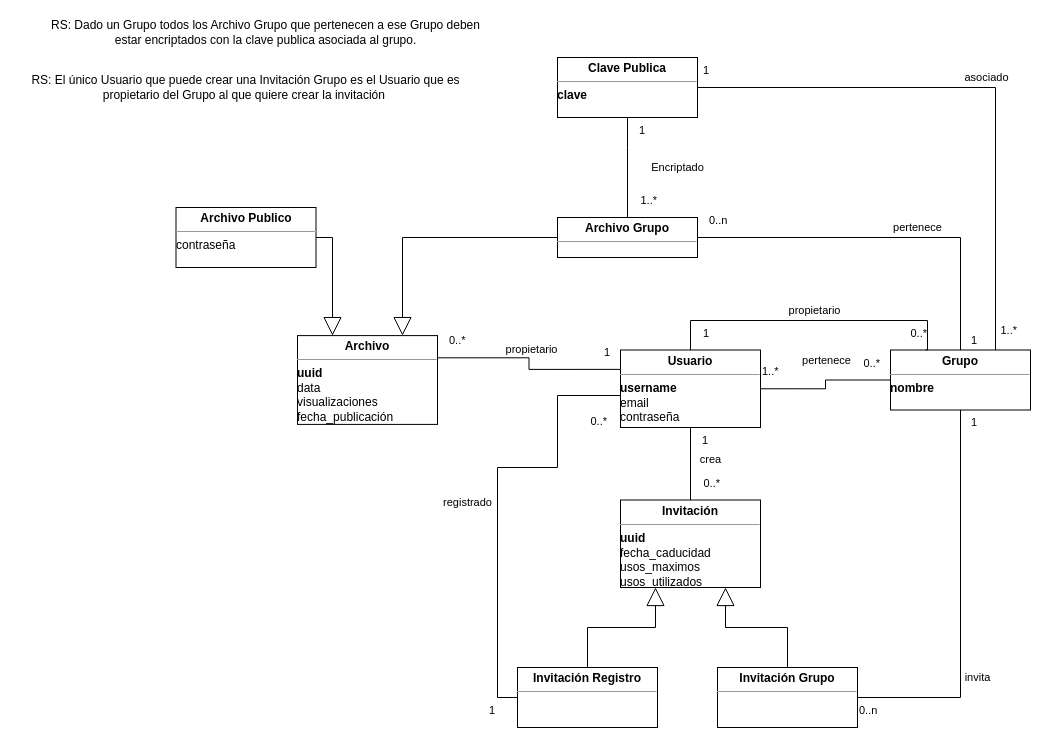
Above: Untitled Diagram.drawio in alfman99/SharePriv (draw.io), before the change. Source tidied: cells renumbered, new cells numbered last; positions are measured from the earlier drawing's top-left corner, leaving out a move shared by most shapes. Both pictures are drawn from the tidied source at 100%, with x=0, y=0 at pixel (17, 17).
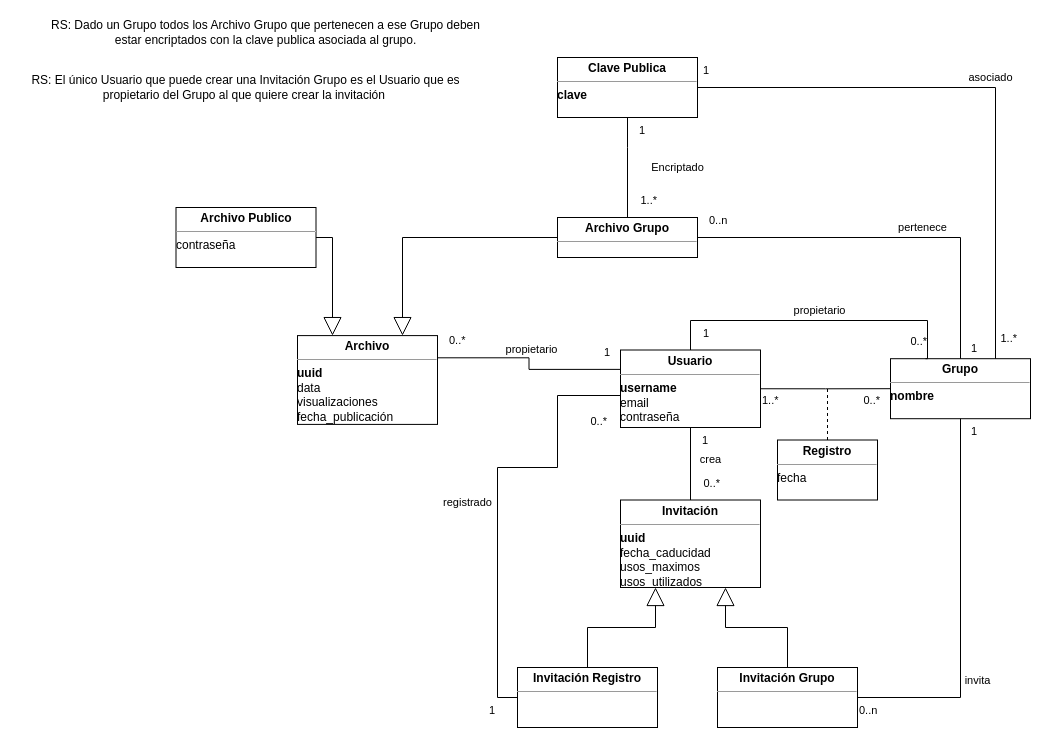
The same page after the edit.

The change refers to these unchanged cells:
```xml
<mxCell id="7" value="&lt;p style=&quot;margin: 0px ; margin-top: 4px ; text-align: center&quot;&gt;&lt;b&gt;Usuario&lt;/b&gt;&lt;/p&gt;&lt;hr size=&quot;1&quot;&gt;&lt;div style=&quot;height: 2px&quot;&gt;&lt;b&gt;username&lt;br&gt;&lt;/b&gt;email&lt;br&gt;contraseña&lt;br&gt;&lt;/div&gt;" style="verticalAlign=top;align=left;overflow=fill;fontSize=12;fontFamily=Helvetica;html=1;" parent="1" vertex="1">
  <mxGeometry x="603" y="332.5" width="140" height="77.5" as="geometry" />
</mxCell>
```

The edit, as a diff of the source:
```diff
@@
     <mxCell id="15" value="&lt;p style=&quot;margin: 0px ; margin-top: 4px ; text-align: center&quot;&gt;&lt;b&gt;Grupo&lt;/b&gt;&lt;/p&gt;&lt;hr size=&quot;1&quot;&gt;&lt;div style=&quot;height: 2px&quot;&gt;&lt;b&gt;nombre&lt;/b&gt;&lt;br&gt;&lt;br&gt;&lt;/div&gt;&lt;div style=&quot;height: 2px&quot;&gt;&lt;b&gt;&lt;br&gt;&lt;/b&gt;&lt;/div&gt;" style="verticalAlign=top;align=left;overflow=fill;fontSize=12;fontFamily=Helvetica;html=1;" parent="1" vertex="1">
-      <mxGeometry x="873" y="332.5" width="140" height="60" as="geometry" />
+      <mxGeometry x="873" y="341.2" width="140" height="60" as="geometry" />
     </mxCell>
-    <mxCell id="16" value="pertenece" style="endArrow=none;html=1;endSize=12;startArrow=none;startSize=14;startFill=0;edgeStyle=orthogonalEdgeStyle;rounded=0;exitX=1;exitY=0.5;exitDx=0;exitDy=0;entryX=0;entryY=0.5;entryDx=0;entryDy=0;endFill=0;" parent="1" edge="1" source="7" target="15">
+    <mxCell id="16" style="endArrow=none;html=1;endSize=12;startArrow=none;startSize=14;startFill=0;edgeStyle=orthogonalEdgeStyle;rounded=0;endFill=0;exitX=1;exitY=0.5;exitDx=0;exitDy=0;entryX=0;entryY=0.5;entryDx=0;entryDy=0;" parent="1" edge="1" source="7" target="15">
       <mxGeometry x="0.08" y="20" relative="1" as="geometry" />
     </mxCell>
     <mxCell id="17" value="1..*" style="edgeLabel;html=1;align=left;verticalAlign=top;" parent="16" vertex="1">
       <mxGeometry x="-1" relative="1" as="geometry">
-        <mxPoint y="-30" as="offset" />
+        <mxPoint y="-1" as="offset" />
       </mxGeometry>
     </mxCell>
     <mxCell id="18" value="0..*" style="edgeLabel;html=1;align=right;verticalAlign=top;" parent="16" vertex="1">
       <mxGeometry x="1" relative="1" as="geometry">
-        <mxPoint x="-10" y="-30" as="offset" />
+        <mxPoint x="-10" y="-1" as="offset" />
       </mxGeometry>
     </mxCell>
     <mxCell id="19" value="propietario" style="endArrow=none;html=1;endSize=12;startArrow=none;startSize=14;startFill=0;edgeStyle=orthogonalEdgeStyle;rounded=0;exitX=0.5;exitY=0;exitDx=0;exitDy=0;endFill=0;entryX=0.25;entryY=0;entryDx=0;entryDy=0;" parent="1" edge="1" source="7" target="15">
       <mxGeometry x="0.03" y="10" relative="1" as="geometry">
         <Array as="points">
           <mxPoint x="673" y="303" />
           <mxPoint x="910" y="303" />
-          <mxPoint x="910" y="333" />
+          <mxPoint x="910" y="341" />
         </Array>
       </mxGeometry>
     </mxCell>
@@
+    <mxCell id="44" value="&lt;p style=&quot;margin: 0px ; margin-top: 4px ; text-align: center&quot;&gt;&lt;b&gt;Registro&lt;/b&gt;&lt;/p&gt;&lt;hr size=&quot;1&quot;&gt;&lt;div style=&quot;height: 2px&quot;&gt;fecha&lt;br&gt;&lt;br&gt;&lt;/div&gt;&lt;div style=&quot;height: 2px&quot;&gt;&lt;b&gt;&lt;br&gt;&lt;/b&gt;&lt;/div&gt;" style="verticalAlign=top;align=left;overflow=fill;fontSize=12;fontFamily=Helvetica;html=1;" parent="1" vertex="1">
+      <mxGeometry x="760" y="422.5" width="100" height="60" as="geometry" />
+    </mxCell>
+    <mxCell id="45" style="html=1;verticalAlign=bottom;endArrow=none;dashed=1;endSize=8;rounded=0;exitX=0.5;exitY=0;exitDx=0;exitDy=0;endFill=0;" parent="1" edge="1" source="44">
+      <mxGeometry x="-0.14" y="-20" relative="1" as="geometry">
+        <mxPoint x="810" y="370" as="targetPoint" />
+      </mxGeometry>
+    </mxCell>
```
